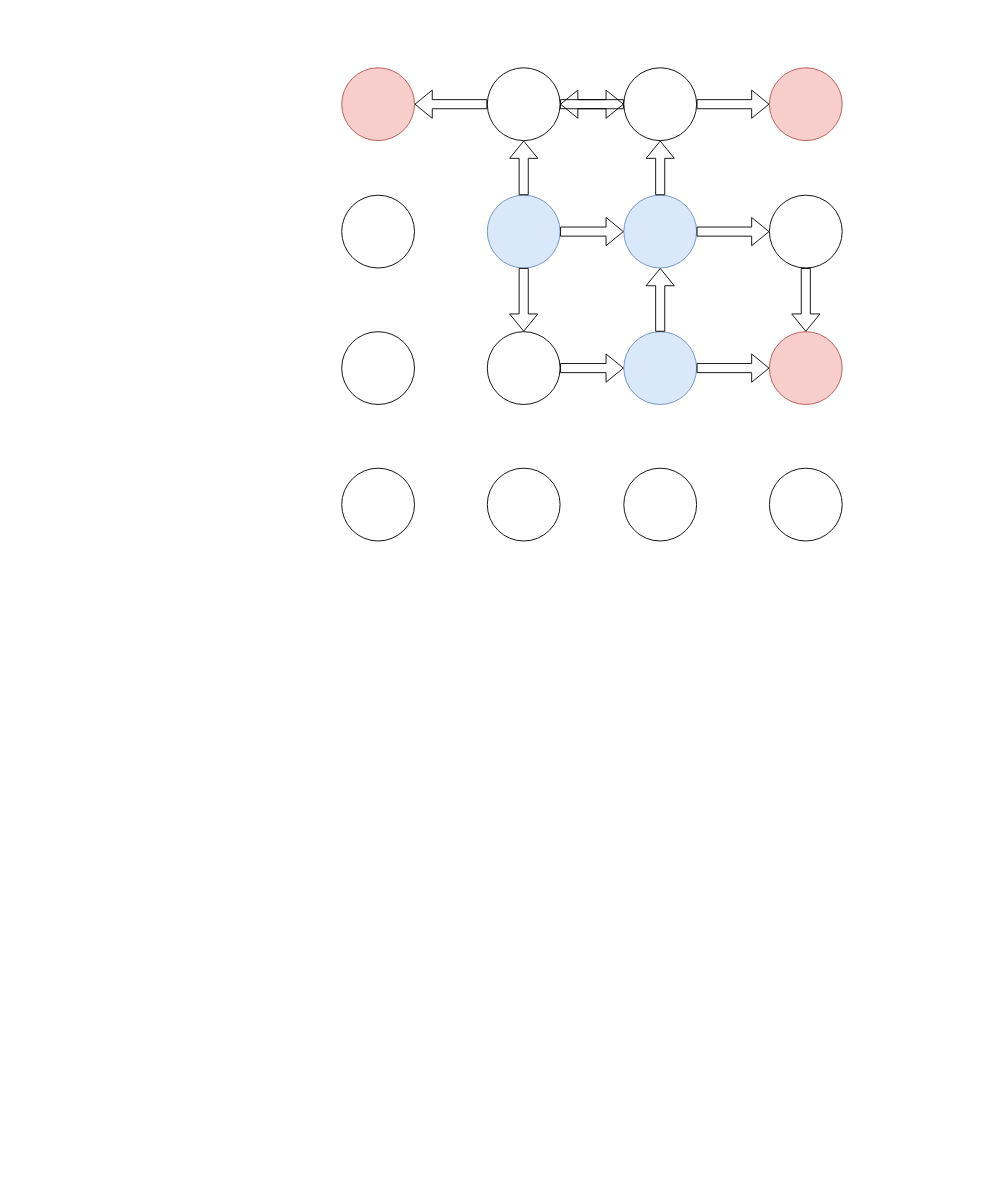
YifengWei1999/4YP_diagrams keeps this draw.io diagram as 4x4_topo_map.drawio. Above is the earlier version. Source tidied: cells renumbered, new cells numbered last; positions are measured from the earlier drawing's top-left corner, leaving out a move shared by most shapes. Both pictures are drawn from the tidied source at 91%, with x=0, y=0 at pixel (341, 67).
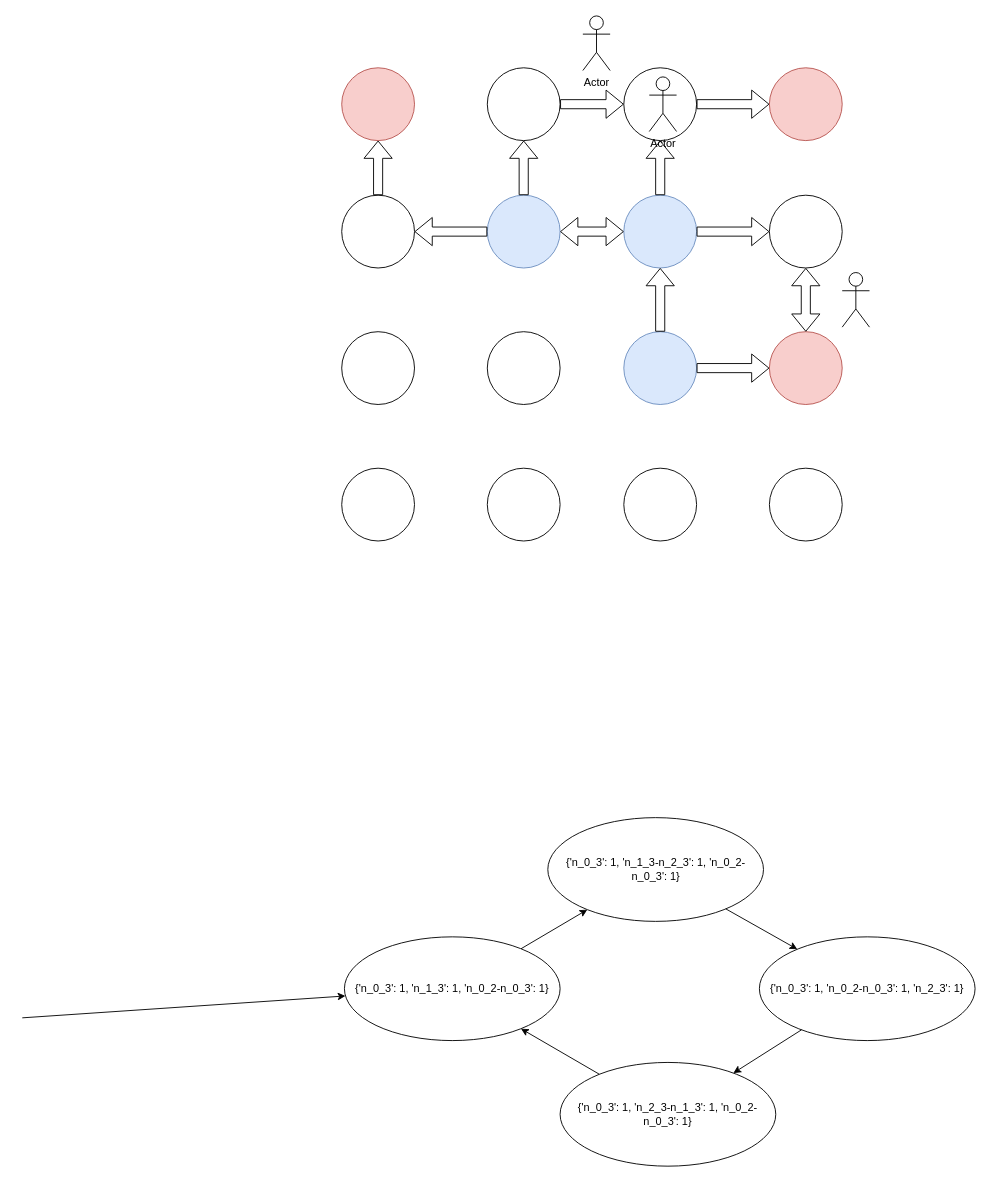
The same page after the edit.

Unchanged cells that the change refers to:
```xml
<mxCell id="2" style="ellipse;whiteSpace=wrap;html=1;fillColor=#f8cecc;strokeColor=#b85450;" parent="1" vertex="1">
  <mxGeometry width="80" height="80" as="geometry" />
</mxCell>
<mxCell id="3" style="ellipse;whiteSpace=wrap;html=1;" parent="1" vertex="1">
  <mxGeometry y="140" width="80" height="80" as="geometry" />
</mxCell>
<mxCell id="6" style="ellipse;whiteSpace=wrap;html=1;" parent="1" vertex="1">
  <mxGeometry x="160" width="80" height="80" as="geometry" />
</mxCell>
<mxCell id="7" style="ellipse;whiteSpace=wrap;html=1;" parent="1" vertex="1">
  <mxGeometry x="310" width="80" height="80" as="geometry" />
</mxCell>
<mxCell id="9" style="ellipse;whiteSpace=wrap;html=1;fillColor=#dae8fc;strokeColor=#6c8ebf;" parent="1" vertex="1">
  <mxGeometry x="160" y="140" width="80" height="80" as="geometry" />
</mxCell>
<mxCell id="10" style="ellipse;whiteSpace=wrap;html=1;fillColor=#dae8fc;strokeColor=#6c8ebf;" parent="1" vertex="1">
  <mxGeometry x="310" y="140" width="80" height="80" as="geometry" />
</mxCell>
<mxCell id="11" style="ellipse;whiteSpace=wrap;html=1;" parent="1" vertex="1">
  <mxGeometry x="470" y="140" width="80" height="80" as="geometry" />
</mxCell>
<mxCell id="12" style="ellipse;whiteSpace=wrap;html=1;" parent="1" vertex="1">
  <mxGeometry x="160" y="290" width="80" height="80" as="geometry" />
</mxCell>
<mxCell id="13" style="ellipse;whiteSpace=wrap;html=1;fillColor=#dae8fc;strokeColor=#6c8ebf;" parent="1" vertex="1">
  <mxGeometry x="310" y="290" width="80" height="80" as="geometry" />
</mxCell>
<mxCell id="14" style="ellipse;whiteSpace=wrap;html=1;fillColor=#f8cecc;strokeColor=#b85450;" parent="1" vertex="1">
  <mxGeometry x="470" y="290" width="80" height="80" as="geometry" />
</mxCell>
```

Diff of the diagram source:
```diff
@@
-    <mxCell id="19" style="shape=flexArrow;endArrow=classic;html=1;" parent="1" edge="1" source="6" target="2">
+    <mxCell id="19" style="shape=flexArrow;endArrow=classic;html=1;" parent="1" edge="1" source="9" target="3">
       <mxGeometry relative="1" as="geometry" />
     </mxCell>
@@
-    <mxCell id="24" style="shape=flexArrow;endArrow=classic;html=1;" parent="1" edge="1" source="9" target="12">
-      <mxGeometry relative="1" as="geometry" />
-    </mxCell>
-    <mxCell id="25" style="shape=flexArrow;endArrow=classic;html=1;" parent="1" edge="1" source="12" target="13">
-      <mxGeometry relative="1" as="geometry" />
-    </mxCell>
@@
-    <mxCell id="27" style="shape=flexArrow;endArrow=classic;html=1;" parent="1" edge="1" source="7" target="6">
-      <mxGeometry relative="1" as="geometry" />
-    </mxCell>
@@
-    <mxCell id="29" style="shape=flexArrow;endArrow=classic;html=1;" parent="1" edge="1" source="11" target="14">
-      <mxGeometry relative="1" as="geometry" />
-    </mxCell>
+    <mxCell id="31" value="Actor" style="shape=umlActor;verticalLabelPosition=bottom;verticalAlign=top;html=1;" parent="1" vertex="1">
+      <mxGeometry x="338" y="10" width="30" height="60" as="geometry" />
+    </mxCell>
+    <mxCell id="32" value="Actor" style="shape=umlActor;verticalLabelPosition=bottom;verticalAlign=top;html=1;" parent="1" vertex="1">
+      <mxGeometry x="265" y="-57" width="30" height="60" as="geometry" />
+    </mxCell>
+    <mxCell id="33" value="{'n_0_3': 1, 'n_1_3': 1, 'n_0_2-n_0_3': 1}" style="ellipse;whiteSpace=wrap;html=1;" parent="1" vertex="1">
+      <mxGeometry x="3" y="955" width="237" height="114" as="geometry" />
+    </mxCell>
+    <mxCell id="34" value="{'n_0_3': 1, 'n_1_3-n_2_3': 1, 'n_0_2-n_0_3': 1}" style="ellipse;whiteSpace=wrap;html=1;" parent="1" vertex="1">
+      <mxGeometry x="226.5" y="824" width="237" height="114" as="geometry" />
+    </mxCell>
+    <mxCell id="35" value="{'n_0_3': 1, 'n_0_2-n_0_3': 1, 'n_2_3': 1}" style="ellipse;whiteSpace=wrap;html=1;" parent="1" vertex="1">
+      <mxGeometry x="459" y="955" width="237" height="114" as="geometry" />
+    </mxCell>
+    <mxCell id="36" value="{'n_0_3': 1, 'n_2_3-n_1_3': 1, 'n_0_2-n_0_3': 1}" style="ellipse;whiteSpace=wrap;html=1;" parent="1" vertex="1">
+      <mxGeometry x="240" y="1093" width="237" height="114" as="geometry" />
+    </mxCell>
+    <mxCell id="37" style="endArrow=classic;html=1;" parent="1" edge="1" source="33" target="34">
+      <mxGeometry relative="1" as="geometry" />
+    </mxCell>
+    <mxCell id="38" style="endArrow=classic;html=1;" parent="1" edge="1" source="34" target="35">
+      <mxGeometry relative="1" as="geometry" />
+    </mxCell>
+    <mxCell id="39" style="endArrow=classic;html=1;" parent="1" edge="1" source="35" target="36">
+      <mxGeometry relative="1" as="geometry" />
+    </mxCell>
+    <mxCell id="40" style="endArrow=classic;html=1;" parent="1" edge="1" source="36" target="33">
+      <mxGeometry relative="1" as="geometry" />
+    </mxCell>
+    <mxCell id="41" style="endArrow=classic;html=1;" parent="1" edge="1" target="33">
+      <mxGeometry relative="1" as="geometry">
+        <mxPoint x="-351" y="1044" as="sourcePoint" />
+      </mxGeometry>
+    </mxCell>
+    <mxCell id="42" style="shape=umlActor;verticalLabelPosition=bottom;verticalAlign=top;html=1;" parent="1" vertex="1">
+      <mxGeometry x="550" y="225" width="30" height="60" as="geometry" />
+    </mxCell>
+    <mxCell id="43" style="shape=flexArrow;endArrow=classic;startArrow=classic;html=1;" parent="1" edge="1" source="14" target="11">
+      <mxGeometry relative="1" as="geometry" />
+    </mxCell>
-    <mxCell id="30" style="shape=flexArrow;endArrow=classic;html=1;entryX=0;entryY=0.5;entryDx=0;entryDy=0;" parent="1" edge="1" source="9" target="10">
+    <mxCell id="30" style="shape=flexArrow;endArrow=classic;startArrow=classic;html=1;" parent="1" edge="1" source="9" target="10">
       <mxGeometry relative="1" as="geometry" />
     </mxCell>
+    <mxCell id="44" style="shape=flexArrow;endArrow=classic;html=1;" parent="1" edge="1" source="3" target="2">
+      <mxGeometry relative="1" as="geometry" />
+    </mxCell>
```
